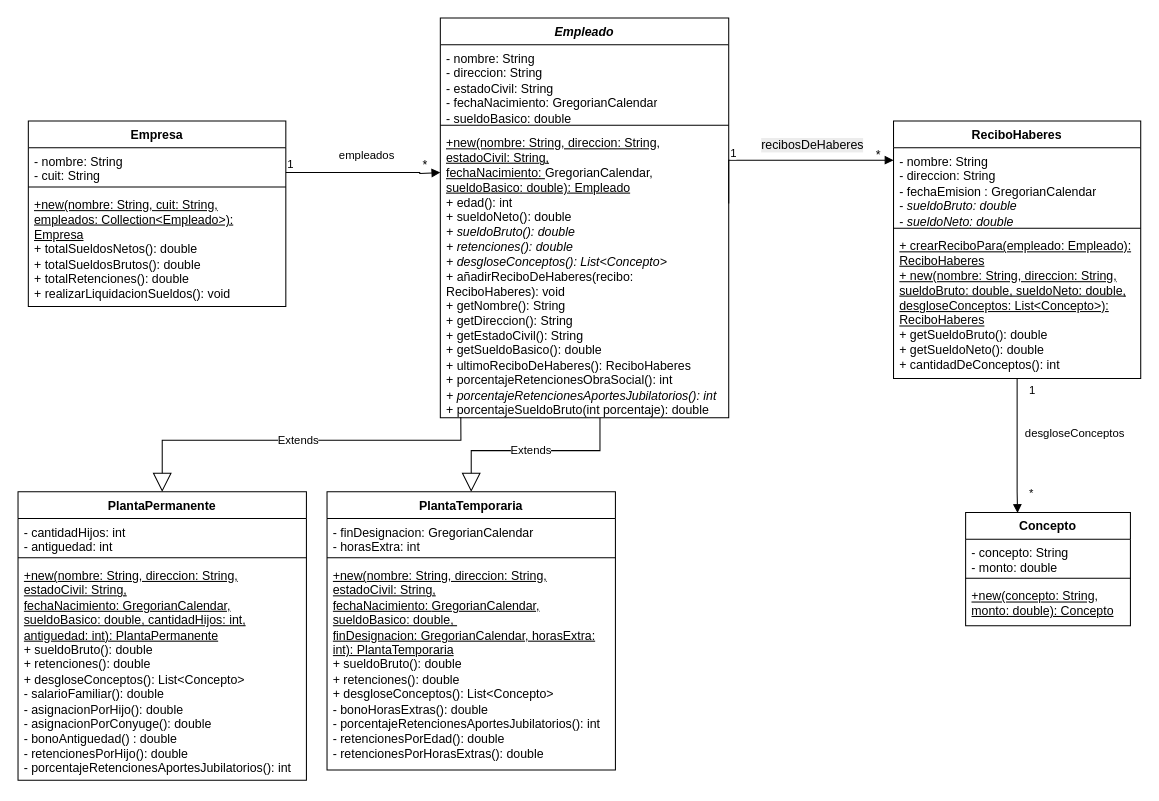
Above: tp2/diagrama1.drawio in franngo/programacionConObjetos2 (draw.io), before the change. Source tidied: cells renumbered, new cells numbered last; positions are measured from the earlier drawing's top-left corner, leaving out a move shared by most shapes. Both pictures are drawn from the tidied source at 103%, with x=0, y=0 at pixel (18, 18).
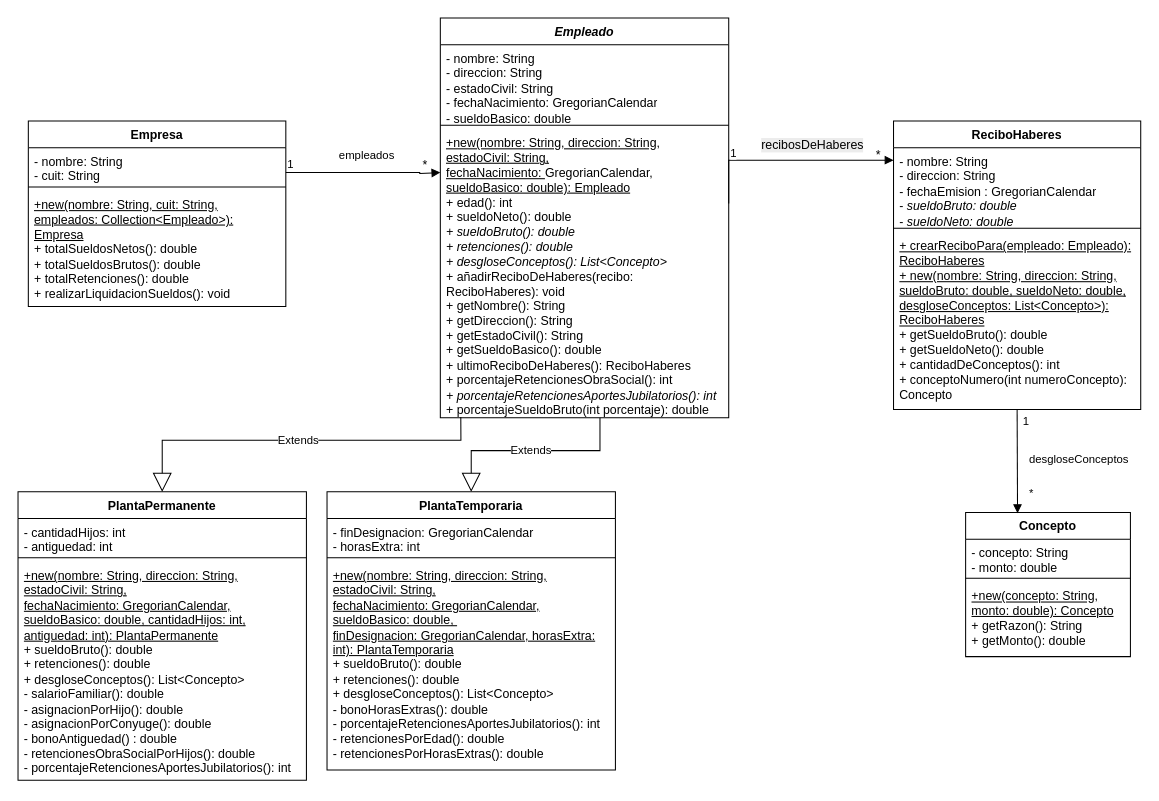
The same page after the edit.

Commit message (it also covers changes not shown here):
Ajustes en las clases y nuevo diagrama UML

The change refers to these unchanged cells:
```xml
<mxCell id="13" value="PlantaPermanente" style="swimlane;fontStyle=1;align=center;verticalAlign=top;horizontal=1;startSize=26;whiteSpace=wrap;html=1;" parent="1" vertex="1">
  <mxGeometry y="460" width="280" height="280" as="geometry" />
</mxCell>
```

Change to the diagram source:
```diff
@@
-    <mxCell id="16" value="&lt;u&gt;+new(&lt;/u&gt;&lt;u&gt;nombre: String, direccion: String, estadoCivil: String, fechaNacimiento:&amp;nbsp;GregorianCalendar, sueldoBasico: double,&amp;nbsp;&lt;/u&gt;&lt;u&gt;cantidadHijos: int, antiguedad: int): PlantaPermanente&lt;/u&gt;&lt;br&gt;+ sueldoBruto(): double&lt;br&gt;+ retenciones()&lt;span style=&quot;color: light-dark(rgb(0, 0, 0), rgb(255, 255, 255)); background-color: transparent;&quot;&gt;: double&lt;br&gt;&lt;/span&gt;+ desgloseConceptos(): List&amp;lt;Concepto&amp;gt;&lt;span style=&quot;color: light-dark(rgb(0, 0, 0), rgb(255, 255, 255)); background-color: transparent;&quot;&gt;&lt;br&gt;- salarioFamiliar(): double&lt;br&gt;- asignacionPorHijo(): double&lt;/span&gt;&lt;div&gt;&lt;span style=&quot;color: light-dark(rgb(0, 0, 0), rgb(255, 255, 255)); background-color: transparent;&quot;&gt;- asignacionPorConyuge(): double&lt;/span&gt;&lt;/div&gt;&lt;div&gt;&lt;span style=&quot;color: light-dark(rgb(0, 0, 0), rgb(255, 255, 255)); background-color: transparent;&quot;&gt;- bonoAntiguedad() : double&lt;br&gt;- retencionesPorHijo(): double&lt;br&gt;&lt;/span&gt;- porcentajeRetencionesAportesJubilatorios(): int&lt;span style=&quot;color: light-dark(rgb(0, 0, 0), rgb(255, 255, 255)); background-color: transparent;&quot;&gt;&lt;/span&gt;&lt;/div&gt;" style="text;strokeColor=none;fillColor=none;align=left;verticalAlign=top;spacingLeft=4;spacingRight=4;overflow=hidden;whiteSpace=wrap;html=1;" parent="13" vertex="1">
+    <mxCell id="16" value="&lt;u&gt;+new(&lt;/u&gt;&lt;u&gt;nombre: String, direccion: String, estadoCivil: String, fechaNacimiento:&amp;nbsp;GregorianCalendar, sueldoBasico: double,&amp;nbsp;&lt;/u&gt;&lt;u&gt;cantidadHijos: int, antiguedad: int): PlantaPermanente&lt;/u&gt;&lt;br&gt;+ sueldoBruto(): double&lt;br&gt;+ retenciones()&lt;span style=&quot;color: light-dark(rgb(0, 0, 0), rgb(255, 255, 255)); background-color: transparent;&quot;&gt;: double&lt;br&gt;&lt;/span&gt;+ desgloseConceptos(): List&amp;lt;Concepto&amp;gt;&lt;span style=&quot;color: light-dark(rgb(0, 0, 0), rgb(255, 255, 255)); background-color: transparent;&quot;&gt;&lt;br&gt;- salarioFamiliar(): double&lt;br&gt;- asignacionPorHijo(): double&lt;/span&gt;&lt;div&gt;&lt;span style=&quot;color: light-dark(rgb(0, 0, 0), rgb(255, 255, 255)); background-color: transparent;&quot;&gt;- asignacionPorConyuge(): double&lt;/span&gt;&lt;/div&gt;&lt;div&gt;&lt;span style=&quot;color: light-dark(rgb(0, 0, 0), rgb(255, 255, 255)); background-color: transparent;&quot;&gt;- bonoAntiguedad() : double&lt;br&gt;- retencionesObraSocialPorHijos(): double&lt;br&gt;&lt;/span&gt;- porcentajeRetencionesAportesJubilatorios(): int&lt;span style=&quot;color: light-dark(rgb(0, 0, 0), rgb(255, 255, 255)); background-color: transparent;&quot;&gt;&lt;/span&gt;&lt;/div&gt;" style="text;strokeColor=none;fillColor=none;align=left;verticalAlign=top;spacingLeft=4;spacingRight=4;overflow=hidden;whiteSpace=wrap;html=1;" parent="13" vertex="1">
       <mxGeometry y="68" width="280" height="212" as="geometry" />
     </mxCell>
@@
     <mxCell id="23" value="ReciboHaberes" style="swimlane;fontStyle=1;align=center;verticalAlign=top;horizontal=1;startSize=26;whiteSpace=wrap;html=1;" parent="1" vertex="1">
-      <mxGeometry x="850" y="100" width="240" height="250" as="geometry" />
+      <mxGeometry x="850" y="100" width="240" height="280" as="geometry" />
     </mxCell>
@@
-    <mxCell id="26" value="&lt;u&gt;+ crearReciboPara(empleado: Empleado): ReciboHaberes&lt;/u&gt;&lt;br&gt;&lt;u&gt;+ new(nombre: String, direccion: String, sueldoBruto: double, sueldoNeto: double, desgloseConceptos: List&amp;lt;Concepto&amp;gt;): ReciboHaberes&lt;/u&gt;&lt;br&gt;+ getSueldoBruto(): double&lt;br&gt;+ getSueldoNeto(): double&lt;div&gt;+ cantidadDeConceptos(): int&lt;/div&gt;" style="text;strokeColor=none;fillColor=none;align=left;verticalAlign=top;spacingLeft=4;spacingRight=4;overflow=hidden;points=[[0,0.5],[1,0.5]];portConstraint=eastwest;whiteSpace=wrap;html=1;" parent="23" vertex="1">
-      <mxGeometry y="108" width="240" height="142" as="geometry" />
+    <mxCell id="26" value="&lt;u&gt;+ crearReciboPara(empleado: Empleado): ReciboHaberes&lt;/u&gt;&lt;br&gt;&lt;u&gt;+ new(nombre: String, direccion: String, sueldoBruto: double, sueldoNeto: double, desgloseConceptos: List&amp;lt;Concepto&amp;gt;): ReciboHaberes&lt;/u&gt;&lt;br&gt;+ getSueldoBruto(): double&lt;br&gt;+ getSueldoNeto(): double&lt;div&gt;+ cantidadDeConceptos(): int&lt;br&gt;+ conceptoNumero(int numeroConcepto): Concepto&lt;/div&gt;" style="text;strokeColor=none;fillColor=none;align=left;verticalAlign=top;spacingLeft=4;spacingRight=4;overflow=hidden;points=[[0,0.5],[1,0.5]];portConstraint=eastwest;whiteSpace=wrap;html=1;" parent="23" vertex="1">
+      <mxGeometry y="108" width="240" height="172" as="geometry" />
     </mxCell>
@@
     <mxCell id="30" value="Concepto" style="swimlane;fontStyle=1;align=center;verticalAlign=top;horizontal=1;startSize=26;whiteSpace=wrap;html=1;" parent="1" vertex="1">
-      <mxGeometry x="920" y="480" width="160" height="110" as="geometry" />
+      <mxGeometry x="920" y="480" width="160" height="140" as="geometry" />
     </mxCell>
@@
-    <mxCell id="33" value="&lt;u&gt;+new(concepto: String, monto: double): Concepto&lt;/u&gt;" style="text;strokeColor=none;fillColor=none;align=left;verticalAlign=top;spacingLeft=4;spacingRight=4;overflow=hidden;whiteSpace=wrap;html=1;" parent="30" vertex="1">
-      <mxGeometry y="68" width="160" height="42" as="geometry" />
+    <mxCell id="33" value="&lt;u&gt;+new(concepto: String, monto: double): Concepto&lt;/u&gt;&lt;br&gt;+ getRazon(): String&lt;br&gt;+ getMonto(): double" style="text;strokeColor=none;fillColor=none;align=left;verticalAlign=top;spacingLeft=4;spacingRight=4;overflow=hidden;whiteSpace=wrap;html=1;" parent="30" vertex="1">
+      <mxGeometry y="68" width="160" height="72" as="geometry" />
     </mxCell>
-    <mxCell id="34" value="desgloseConceptos" style="endArrow=block;endFill=1;html=1;edgeStyle=orthogonalEdgeStyle;align=left;verticalAlign=top;rounded=0;exitX=0.525;exitY=1;exitDx=0;exitDy=0;exitPerimeter=0;entryX=0.315;entryY=0.005;entryDx=0;entryDy=0;entryPerimeter=0;" parent="1" edge="1" source="26" target="30">
-      <mxGeometry x="-0.33" y="6" relative="1" as="geometry">
+    <mxCell id="34" value="desgloseConceptos" style="endArrow=block;endFill=1;html=1;edgeStyle=orthogonalEdgeStyle;align=left;verticalAlign=top;rounded=0;entryX=0.315;entryY=0.005;entryDx=0;entryDy=0;entryPerimeter=0;" parent="1" edge="1" target="30">
+      <mxGeometry x="-0.28" y="10" relative="1" as="geometry">
+        <mxPoint x="970" y="380" as="sourcePoint" />
         <Array as="points">
-          <mxPoint x="970" y="350" />
-          <mxPoint x="970" y="460" />
+          <mxPoint x="970" y="380" />
         </Array>
       </mxGeometry>
     </mxCell>
```
